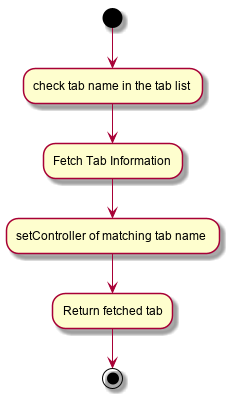
Earlier version of the PlantUML export docs/images/fetchTabInformationActivityDiagram.png (nus-cs2103-AY1920S1/addressbook-level3).
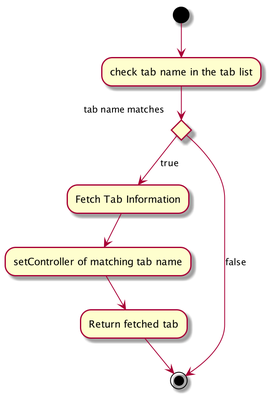
Above is the later version.

Change to the diagram source:
```diff
@@ -1,7 +1,10 @@
 @startuml
 (*)  --> "check tab name in the tab list"
---> "Fetch Tab Information"
---> "setController of matching tab name"
---> "Return fetched tab"
--->(*)
+if "tab name matches" then
+    -->[true] "Fetch Tab Information"
+    --> "setController of matching tab name"
+    --> "Return fetched tab"
+    -->(*)
+else
+    -->[false] (*)
 @enduml
```
